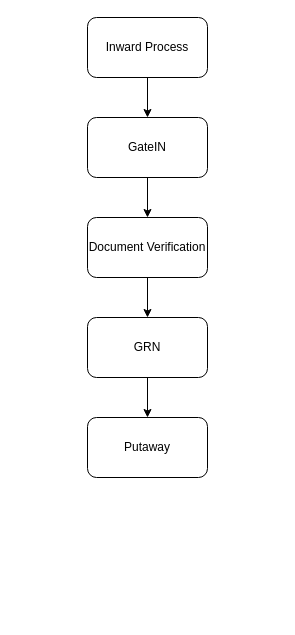
Earlier version of the draw.io diagram Untitled Diagram.drawio (Sagar-1990/JavaTutorial). Source tidied: cells renumbered, new cells numbered last; positions are measured from the earlier drawing's top-left corner, leaving out a move shared by most shapes. Both pictures are drawn from the tidied source at 100%, with x=0, y=0 at pixel (87, 17).
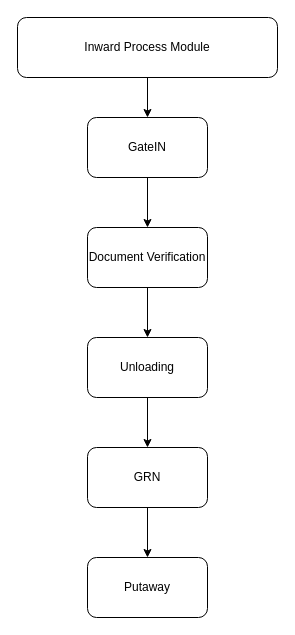
After the change.

The edit, as a diff of the source:
```diff
@@
 <mxGraphModel>
   <root>
     <mxCell id="0" />
     <mxCell id="1" parent="0" />
     <mxCell id="2" style="edgeStyle=orthogonalEdgeStyle;rounded=0;jettySize=auto;html=1;" parent="1" edge="1" source="3" target="5">
       <mxGeometry relative="1" as="geometry" />
     </mxCell>
-    <mxCell id="3" value="Inward Process" style="rounded=1;whiteSpace=wrap;html=1;" parent="1" vertex="1">
-      <mxGeometry width="120" height="60" as="geometry" />
+    <mxCell id="3" value="Inward Process Module" style="rounded=1;whiteSpace=wrap;html=1;" parent="1" vertex="1">
+      <mxGeometry x="-70" width="260" height="60" as="geometry" />
     </mxCell>
     <mxCell id="4" style="edgeStyle=orthogonalEdgeStyle;rounded=0;jettySize=auto;html=1;entryX=0.5;entryY=0;entryDx=0;entryDy=0;" parent="1" edge="1" source="5" target="7">
       <mxGeometry relative="1" as="geometry" />
     </mxCell>
     <mxCell id="5" value="GateIN" style="rounded=1;whiteSpace=wrap;html=1;" parent="1" vertex="1">
       <mxGeometry y="100" width="120" height="60" as="geometry" />
     </mxCell>
-    <mxCell id="6" style="edgeStyle=orthogonalEdgeStyle;rounded=0;jettySize=auto;html=1;" parent="1" edge="1" source="7" target="9">
+    <mxCell id="6" style="edgeStyle=orthogonalEdgeStyle;rounded=0;jettySize=auto;html=1;" parent="1" edge="1" source="12" target="9">
       <mxGeometry relative="1" as="geometry" />
     </mxCell>
     <mxCell id="7" value="Document Verification" style="rounded=1;whiteSpace=wrap;html=1;" parent="1" vertex="1">
-      <mxGeometry y="200" width="120" height="60" as="geometry" />
+      <mxGeometry y="210" width="120" height="60" as="geometry" />
     </mxCell>
     <mxCell id="8" style="edgeStyle=orthogonalEdgeStyle;rounded=0;jettySize=auto;html=1;" parent="1" edge="1" source="9" target="10">
       <mxGeometry relative="1" as="geometry" />
     </mxCell>
     <mxCell id="9" value="GRN" style="rounded=1;whiteSpace=wrap;html=1;" parent="1" vertex="1">
-      <mxGeometry y="300" width="120" height="60" as="geometry" />
+      <mxGeometry y="430" width="120" height="60" as="geometry" />
     </mxCell>
     <mxCell id="10" value="Putaway" style="rounded=1;whiteSpace=wrap;html=1;" parent="1" vertex="1">
-      <mxGeometry y="400" width="120" height="60" as="geometry" />
+      <mxGeometry y="540" width="120" height="60" as="geometry" />
     </mxCell>
+    <mxCell id="11" style="edgeStyle=orthogonalEdgeStyle;rounded=0;jettySize=auto;html=1;" parent="1" edge="1" source="7" target="12">
+      <mxGeometry relative="1" as="geometry" />
+    </mxCell>
+    <mxCell id="12" value="Unloading" style="rounded=1;whiteSpace=wrap;html=1;" parent="1" vertex="1">
+      <mxGeometry y="320" width="120" height="60" as="geometry" />
+    </mxCell>
   </root>
 </mxGraphModel>
```
